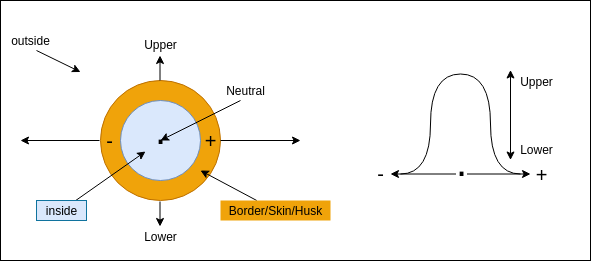
Before: site/posts/img/qkab/trinity.png, a diagram exported from draw.io (jewelsofthought/neshama). Source tidied: cells renumbered, new cells last; positions are measured from the earlier drawing's top-left corner, leaving out a move shared by most shapes. Source of this version:
```xml
<mxGraphModel background="#ffffff">
  <root>
    <mxCell id="0" />
    <mxCell id="1" value="bg" parent="0" />
    <mxCell id="2" style="whiteSpace=wrap;html=1;fontSize=12;verticalAlign=middle;fillColor=#FFFFFF;" parent="1" vertex="1">
      <mxGeometry width="590" height="260" as="geometry" />
    </mxCell>
    <mxCell id="3" value="Outer" parent="0" />
    <mxCell id="4" value="+" style="text;html=1;align=center;verticalAlign=middle;strokeColor=none;fillColor=none;fontSize=20;" parent="3" vertex="1">
      <mxGeometry x="526" y="158.5" width="30" height="30" as="geometry" />
    </mxCell>
    <mxCell id="5" value="-" style="text;html=1;align=center;verticalAlign=middle;strokeColor=none;fillColor=none;fontSize=20;" parent="3" vertex="1">
      <mxGeometry x="370" y="157.5" width="20" height="30" as="geometry" />
    </mxCell>
    <mxCell id="6" style="endArrow=classic;html=1;rounded=0;fontSize=12;startArrow=classic;startFill=1;" parent="3" edge="1">
      <mxGeometry relative="1" as="geometry">
        <mxPoint x="510" y="159.5" as="sourcePoint" />
        <mxPoint x="510" y="69.5" as="targetPoint" />
      </mxGeometry>
    </mxCell>
    <mxCell id="7" value="&lt;font style=&quot;font-size: 12px&quot;&gt;Upper&lt;/font&gt;" style="text;html=1;align=center;verticalAlign=middle;strokeColor=none;fillColor=none;fontSize=12;" parent="3" vertex="1">
      <mxGeometry x="511" y="70.5" width="50" height="20" as="geometry" />
    </mxCell>
    <mxCell id="8" value="Lower" style="text;html=1;align=center;verticalAlign=middle;strokeColor=none;fillColor=none;fontSize=12;" parent="3" vertex="1">
      <mxGeometry x="511" y="138.5" width="50" height="20" as="geometry" />
    </mxCell>
    <mxCell id="9" style="ellipse;whiteSpace=wrap;html=1;fontSize=40;verticalAlign=middle;fillColor=#f0a30a;strokeColor=#BD7000;fontColor=#000000;" parent="3" vertex="1">
      <mxGeometry x="100" y="80" width="120" height="120" as="geometry" />
    </mxCell>
    <mxCell id="10" value="Inner" parent="0" />
    <mxCell id="11" style="ellipse;whiteSpace=wrap;html=1;fontSize=40;verticalAlign=middle;fillColor=#dae8fc;strokeColor=#6c8ebf;" parent="10" vertex="1">
      <mxGeometry x="120" y="100" width="80" height="80" as="geometry" />
    </mxCell>
    <mxCell id="12" style="endArrow=classic;html=1;rounded=0;endFill=1;startArrow=classic;startFill=1;" parent="10" edge="1">
      <mxGeometry x="410" y="83.5" as="geometry">
        <mxPoint x="390" y="173.5" as="sourcePoint" />
        <mxPoint x="530" y="173.5" as="targetPoint" />
      </mxGeometry>
    </mxCell>
    <mxCell id="13" value="." style="edgeLabel;html=1;align=center;verticalAlign=middle;fontSize=40;spacing=0;spacingBottom=26;spacingLeft=-3;spacingRight=-3;" parent="12" vertex="1">
      <mxGeometry relative="1" as="geometry" />
    </mxCell>
    <mxCell id="14" style="endArrow=none;html=1;rounded=0;fontSize=40;edgeStyle=orthogonalEdgeStyle;curved=1;" parent="10" edge="1">
      <mxGeometry x="410" y="83.5" as="geometry">
        <mxPoint x="400" y="173.5" as="sourcePoint" />
        <mxPoint x="520" y="173.5" as="targetPoint" />
        <Array as="points">
          <mxPoint x="430" y="173.5" />
          <mxPoint x="430" y="73.5" />
          <mxPoint x="490" y="73.5" />
          <mxPoint x="490" y="173.5" />
        </Array>
      </mxGeometry>
    </mxCell>
    <mxCell id="15" value="text" parent="0" />
    <mxCell id="16" value="+" style="text;html=1;align=center;verticalAlign=middle;strokeColor=none;fillColor=none;fontSize=20;" parent="15" vertex="1">
      <mxGeometry x="195" y="125" width="30" height="30" as="geometry" />
    </mxCell>
    <mxCell id="17" value="-" style="text;html=1;align=center;verticalAlign=middle;strokeColor=none;fillColor=none;fontSize=20;" parent="15" vertex="1">
      <mxGeometry x="99" y="125" width="20" height="30" as="geometry" />
    </mxCell>
    <mxCell id="18" value="&lt;font style=&quot;font-size: 40px&quot;&gt;.&lt;/font&gt;" style="text;html=1;align=center;verticalAlign=middle;points=[];strokeColor=none;fillColor=none;fontSize=20;spacing=0;" parent="15" vertex="1">
      <mxGeometry x="145" y="109" width="30" height="40" as="geometry" />
    </mxCell>
    <mxCell id="19" value="&lt;font style=&quot;font-size: 12px&quot;&gt;Upper&lt;/font&gt;" style="text;html=1;align=center;verticalAlign=middle;strokeColor=none;fillColor=none;fontSize=12;" parent="15" vertex="1">
      <mxGeometry x="135" y="34" width="50" height="20" as="geometry" />
    </mxCell>
    <mxCell id="20" value="Lower" style="text;html=1;align=center;verticalAlign=middle;strokeColor=none;fillColor=none;fontSize=12;" parent="15" vertex="1">
      <mxGeometry x="135" y="226" width="50" height="20" as="geometry" />
    </mxCell>
    <mxCell id="21" style="endArrow=classic;html=1;rounded=0;fontSize=12;" parent="15" edge="1">
      <mxGeometry relative="1" as="geometry">
        <mxPoint x="240" y="100" as="sourcePoint" />
        <mxPoint x="160" y="140" as="targetPoint" />
      </mxGeometry>
    </mxCell>
    <mxCell id="22" value="Neutral" style="text;html=1;align=center;verticalAlign=middle;strokeColor=none;fillColor=none;fontSize=12;" parent="15" vertex="1">
      <mxGeometry x="220" y="80" width="50" height="20" as="geometry" />
    </mxCell>
    <mxCell id="23" style="endArrow=classic;html=1;rounded=0;fontSize=12;" parent="15" edge="1">
      <mxGeometry relative="1" as="geometry">
        <mxPoint x="99" y="140" as="sourcePoint" />
        <mxPoint x="20" y="140" as="targetPoint" />
      </mxGeometry>
    </mxCell>
    <mxCell id="24" style="endArrow=classic;html=1;rounded=0;fontSize=12;" parent="15" edge="1">
      <mxGeometry relative="1" as="geometry">
        <mxPoint x="220" y="140" as="sourcePoint" />
        <mxPoint x="300" y="140" as="targetPoint" />
      </mxGeometry>
    </mxCell>
    <mxCell id="25" style="endArrow=classic;html=1;rounded=0;fontSize=12;startArrow=none;startFill=0;" parent="15" edge="1">
      <mxGeometry relative="1" as="geometry">
        <mxPoint x="159.5" y="80" as="sourcePoint" />
        <mxPoint x="159.5" y="55" as="targetPoint" />
      </mxGeometry>
    </mxCell>
    <mxCell id="26" style="endArrow=classic;html=1;rounded=0;fontSize=12;startArrow=none;startFill=0;" parent="15" edge="1">
      <mxGeometry relative="1" as="geometry">
        <mxPoint x="159.5" y="201" as="sourcePoint" />
        <mxPoint x="159.5" y="226" as="targetPoint" />
      </mxGeometry>
    </mxCell>
    <mxCell id="27" style="edgeStyle=none;rounded=0;jettySize=auto;html=1;entryX=0;entryY=1.05;entryDx=0;entryDy=0;entryPerimeter=0;fontSize=12;startArrow=none;startFill=0;endArrow=classic;endFill=1;" parent="15" edge="1" source="28" target="18">
      <mxGeometry relative="1" as="geometry" />
    </mxCell>
    <mxCell id="28" value="inside" style="text;html=1;align=center;verticalAlign=middle;points=[];strokeColor=#10739e;fillColor=#DAE8FC;fontSize=12;" parent="15" vertex="1">
      <mxGeometry x="36" y="200" width="50" height="20" as="geometry" />
    </mxCell>
    <mxCell id="29" value="outside" style="text;html=1;align=center;verticalAlign=middle;strokeColor=none;fillColor=none;fontSize=12;" parent="15" vertex="1">
      <mxGeometry x="5" y="30" width="50" height="20" as="geometry" />
    </mxCell>
    <mxCell id="30" style="edgeStyle=none;rounded=0;orthogonalLoop=1;jettySize=auto;html=1;fontSize=12;startArrow=none;startFill=0;endArrow=classic;endFill=1;" parent="15" edge="1">
      <mxGeometry relative="1" as="geometry">
        <mxPoint x="36" y="50" as="sourcePoint" />
        <mxPoint x="80" y="71.5" as="targetPoint" />
      </mxGeometry>
    </mxCell>
    <mxCell id="31" style="edgeStyle=none;rounded=0;jettySize=auto;html=1;fontSize=12;startArrow=none;startFill=0;endArrow=classic;endFill=1;entryX=0.833;entryY=0.75;entryDx=0;entryDy=0;entryPerimeter=0;" parent="15" edge="1" source="32" target="9">
      <mxGeometry relative="1" as="geometry" />
    </mxCell>
    <mxCell id="32" value="Border/Skin/Husk" style="text;html=1;align=center;verticalAlign=middle;points=[];strokeColor=none;fillColor=#F0A30A;fontSize=12;" parent="15" vertex="1">
      <mxGeometry x="220" y="200" width="110" height="20" as="geometry" />
    </mxCell>
  </root>
</mxGraphModel>
```
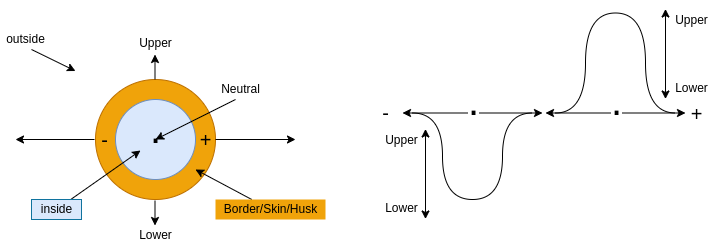
After the change.

Change to the diagram source:
```diff
@@ -1,28 +1,21 @@
 <mxGraphModel background="#ffffff">
   <root>
     <mxCell id="0" />
-    <mxCell id="1" value="bg" parent="0" />
-    <mxCell id="2" style="whiteSpace=wrap;html=1;fontSize=12;verticalAlign=middle;fillColor=#FFFFFF;" parent="1" vertex="1">
-      <mxGeometry width="590" height="260" as="geometry" />
-    </mxCell>
     <mxCell id="3" value="Outer" parent="0" />
     <mxCell id="4" value="+" style="text;html=1;align=center;verticalAlign=middle;strokeColor=none;fillColor=none;fontSize=20;" parent="3" vertex="1">
-      <mxGeometry x="526" y="158.5" width="30" height="30" as="geometry" />
+      <mxGeometry x="686" y="98.5" width="30" height="30" as="geometry" />
     </mxCell>
-    <mxCell id="5" value="-" style="text;html=1;align=center;verticalAlign=middle;strokeColor=none;fillColor=none;fontSize=20;" parent="3" vertex="1">
-      <mxGeometry x="370" y="157.5" width="20" height="30" as="geometry" />
-    </mxCell>
     <mxCell id="6" style="endArrow=classic;html=1;rounded=0;fontSize=12;startArrow=classic;startFill=1;" parent="3" edge="1">
       <mxGeometry relative="1" as="geometry">
-        <mxPoint x="510" y="159.5" as="sourcePoint" />
-        <mxPoint x="510" y="69.5" as="targetPoint" />
+        <mxPoint x="670" y="99.5" as="sourcePoint" />
+        <mxPoint x="670" y="9.5" as="targetPoint" />
       </mxGeometry>
     </mxCell>
     <mxCell id="7" value="&lt;font style=&quot;font-size: 12px&quot;&gt;Upper&lt;/font&gt;" style="text;html=1;align=center;verticalAlign=middle;strokeColor=none;fillColor=none;fontSize=12;" parent="3" vertex="1">
-      <mxGeometry x="511" y="70.5" width="50" height="20" as="geometry" />
+      <mxGeometry x="671" y="10.5" width="50" height="20" as="geometry" />
     </mxCell>
     <mxCell id="8" value="Lower" style="text;html=1;align=center;verticalAlign=middle;strokeColor=none;fillColor=none;fontSize=12;" parent="3" vertex="1">
-      <mxGeometry x="511" y="138.5" width="50" height="20" as="geometry" />
+      <mxGeometry x="671" y="78.5" width="50" height="20" as="geometry" />
     </mxCell>
     <mxCell id="9" style="ellipse;whiteSpace=wrap;html=1;fontSize=40;verticalAlign=middle;fillColor=#f0a30a;strokeColor=#BD7000;fontColor=#000000;" parent="3" vertex="1">
       <mxGeometry x="100" y="80" width="120" height="120" as="geometry" />
@@ -32,23 +25,23 @@
       <mxGeometry x="120" y="100" width="80" height="80" as="geometry" />
     </mxCell>
     <mxCell id="12" style="endArrow=classic;html=1;rounded=0;endFill=1;startArrow=classic;startFill=1;" parent="10" edge="1">
-      <mxGeometry x="410" y="83.5" as="geometry">
-        <mxPoint x="390" y="173.5" as="sourcePoint" />
-        <mxPoint x="530" y="173.5" as="targetPoint" />
+      <mxGeometry x="570" y="23.5" as="geometry">
+        <mxPoint x="550" y="113.5" as="sourcePoint" />
+        <mxPoint x="690" y="113.5" as="targetPoint" />
       </mxGeometry>
     </mxCell>
     <mxCell id="13" value="." style="edgeLabel;html=1;align=center;verticalAlign=middle;fontSize=40;spacing=0;spacingBottom=26;spacingLeft=-3;spacingRight=-3;" parent="12" vertex="1">
       <mxGeometry relative="1" as="geometry" />
     </mxCell>
     <mxCell id="14" style="endArrow=none;html=1;rounded=0;fontSize=40;edgeStyle=orthogonalEdgeStyle;curved=1;" parent="10" edge="1">
-      <mxGeometry x="410" y="83.5" as="geometry">
-        <mxPoint x="400" y="173.5" as="sourcePoint" />
-        <mxPoint x="520" y="173.5" as="targetPoint" />
+      <mxGeometry x="570" y="23.5" as="geometry">
+        <mxPoint x="560" y="113.5" as="sourcePoint" />
+        <mxPoint x="680" y="113.5" as="targetPoint" />
         <Array as="points">
-          <mxPoint x="430" y="173.5" />
-          <mxPoint x="430" y="73.5" />
-          <mxPoint x="490" y="73.5" />
-          <mxPoint x="490" y="173.5" />
+          <mxPoint x="590" y="113.5" />
+          <mxPoint x="590" y="13.5" />
+          <mxPoint x="650" y="13.5" />
+          <mxPoint x="650" y="113.5" />
         </Array>
       </mxGeometry>
     </mxCell>
@@ -122,5 +115,41 @@
     <mxCell id="32" value="Border/Skin/Husk" style="text;html=1;align=center;verticalAlign=middle;points=[];strokeColor=none;fillColor=#F0A30A;fontSize=12;" parent="15" vertex="1">
       <mxGeometry x="220" y="200" width="110" height="20" as="geometry" />
     </mxCell>
+    <mxCell id="5" value="-" style="text;html=1;align=center;verticalAlign=middle;strokeColor=none;fillColor=none;fontSize=20;" parent="15" vertex="1">
+      <mxGeometry x="380" y="97.5" width="20" height="30" as="geometry" />
+    </mxCell>
+    <mxCell id="33" style="endArrow=classic;html=1;rounded=0;fontSize=12;startArrow=classic;startFill=1;" parent="15" edge="1">
+      <mxGeometry relative="1" as="geometry">
+        <mxPoint x="430" y="219.5" as="sourcePoint" />
+        <mxPoint x="430" y="129.5" as="targetPoint" />
+      </mxGeometry>
+    </mxCell>
+    <mxCell id="34" value="&lt;font style=&quot;font-size: 12px&quot;&gt;Upper&lt;/font&gt;" style="text;html=1;align=center;verticalAlign=middle;strokeColor=none;fillColor=none;fontSize=12;" parent="15" vertex="1">
+      <mxGeometry x="381" y="130.5" width="50" height="20" as="geometry" />
+    </mxCell>
+    <mxCell id="35" value="Lower" style="text;html=1;align=center;verticalAlign=middle;strokeColor=none;fillColor=none;fontSize=12;" parent="15" vertex="1">
+      <mxGeometry x="381" y="198.5" width="50" height="20" as="geometry" />
+    </mxCell>
+    <mxCell id="36" style="endArrow=classic;html=1;rounded=0;endFill=1;startArrow=classic;startFill=1;" parent="15" edge="1">
+      <mxGeometry x="427" y="23.5" as="geometry">
+        <mxPoint x="407" y="113.5" as="sourcePoint" />
+        <mxPoint x="547" y="113.5" as="targetPoint" />
+      </mxGeometry>
+    </mxCell>
+    <mxCell id="37" value="." style="edgeLabel;html=1;align=center;verticalAlign=middle;fontSize=40;spacing=0;spacingBottom=26;spacingLeft=-3;spacingRight=-3;" parent="36" vertex="1">
+      <mxGeometry relative="1" as="geometry" />
+    </mxCell>
+    <mxCell id="38" style="endArrow=none;html=1;rounded=0;fontSize=40;edgeStyle=orthogonalEdgeStyle;curved=1;" parent="15" edge="1">
+      <mxGeometry x="427" y="23.5" as="geometry">
+        <mxPoint x="417" y="113.5" as="sourcePoint" />
+        <mxPoint x="537" y="113.5" as="targetPoint" />
+        <Array as="points">
+          <mxPoint x="447" y="114" />
+          <mxPoint x="447" y="200" />
+          <mxPoint x="507" y="200" />
+          <mxPoint x="507" y="114" />
+        </Array>
+      </mxGeometry>
+    </mxCell>
   </root>
 </mxGraphModel>
```
